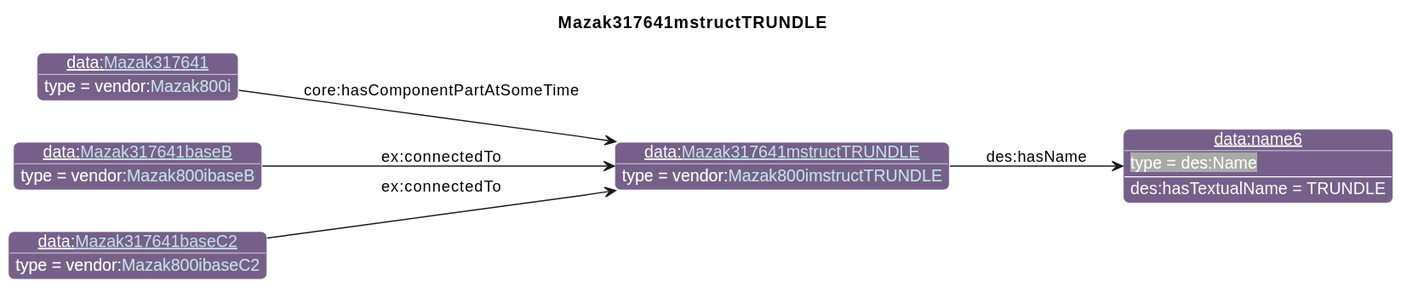
iofoundry/example-syseng-mtconnect keeps this PlantUML diagram as diagrams/Mazak317641mstructTRUNDLE.svg. Above is the earlier version.
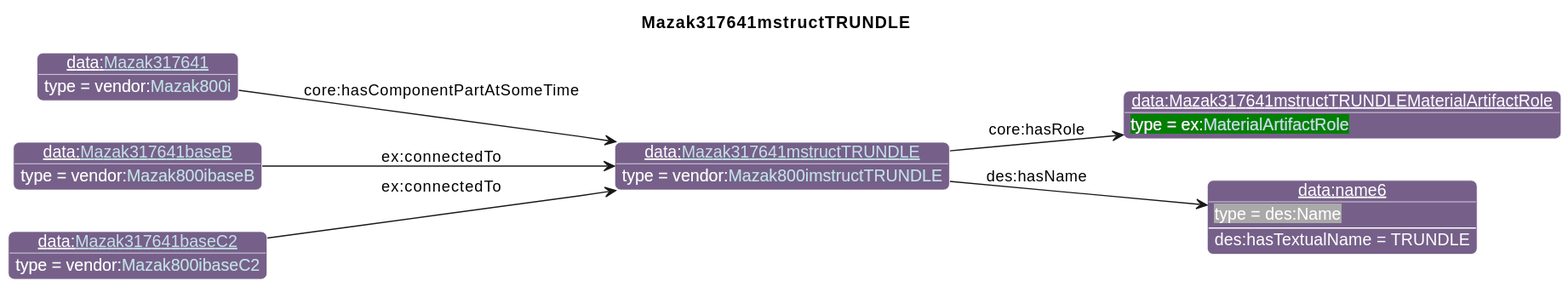
The same file after the commit.

The edit, as a diff of the source:
```diff
@@ -26,13 +26,15 @@
                       "qp":"641B2E"
       }
 individual(o0, data:[[./Mazak317641mstructTRUNDLE.html Mazak317641mstructTRUNDLE]], vendor:[[../Mazak.html#Mazak800imstructTRUNDLE Mazak800imstructTRUNDLE]])
-individual(o1, data:name6, des:Name)
-individual(o2, data:[[./Mazak317641.html Mazak317641]], vendor:[[../Mazak.html#Mazak800i Mazak800i]])
-individual(o3, data:[[./Mazak317641baseB.html Mazak317641baseB]], vendor:[[../Mazak.html#Mazak800ibaseB Mazak800ibaseB]])
-individual(o4, data:[[./Mazak317641baseC2.html Mazak317641baseC2]], vendor:[[../Mazak.html#Mazak800ibaseC2 Mazak800ibaseC2]])
-property(o0, "des:hasName", o1)
-data(o1, "des:hasTextualName", "TRUNDLE")
-property(o2, "core:hasComponentPartAtSomeTime", o0)
-property(o3, "ex:connectedTo", o0)
+individual(o1, data:Mazak317641mstructTRUNDLEMaterialArtifactRole, ex:[[../Example.html#MaterialArtifactRole MaterialArtifactRole]])
+individual(o2, data:name6, des:Name)
+individual(o3, data:[[./Mazak317641.html Mazak317641]], vendor:[[../Mazak.html#Mazak800i Mazak800i]])
+individual(o4, data:[[./Mazak317641baseB.html Mazak317641baseB]], vendor:[[../Mazak.html#Mazak800ibaseB Mazak800ibaseB]])
+individual(o5, data:[[./Mazak317641baseC2.html Mazak317641baseC2]], vendor:[[../Mazak.html#Mazak800ibaseC2 Mazak800ibaseC2]])
+property(o0, "core:hasRole", o1)
+property(o0, "des:hasName", o2)
+data(o2, "des:hasTextualName", "TRUNDLE")
+property(o3, "core:hasComponentPartAtSomeTime", o0)
 property(o4, "ex:connectedTo", o0)
+property(o5, "ex:connectedTo", o0)
 @enduml
```
